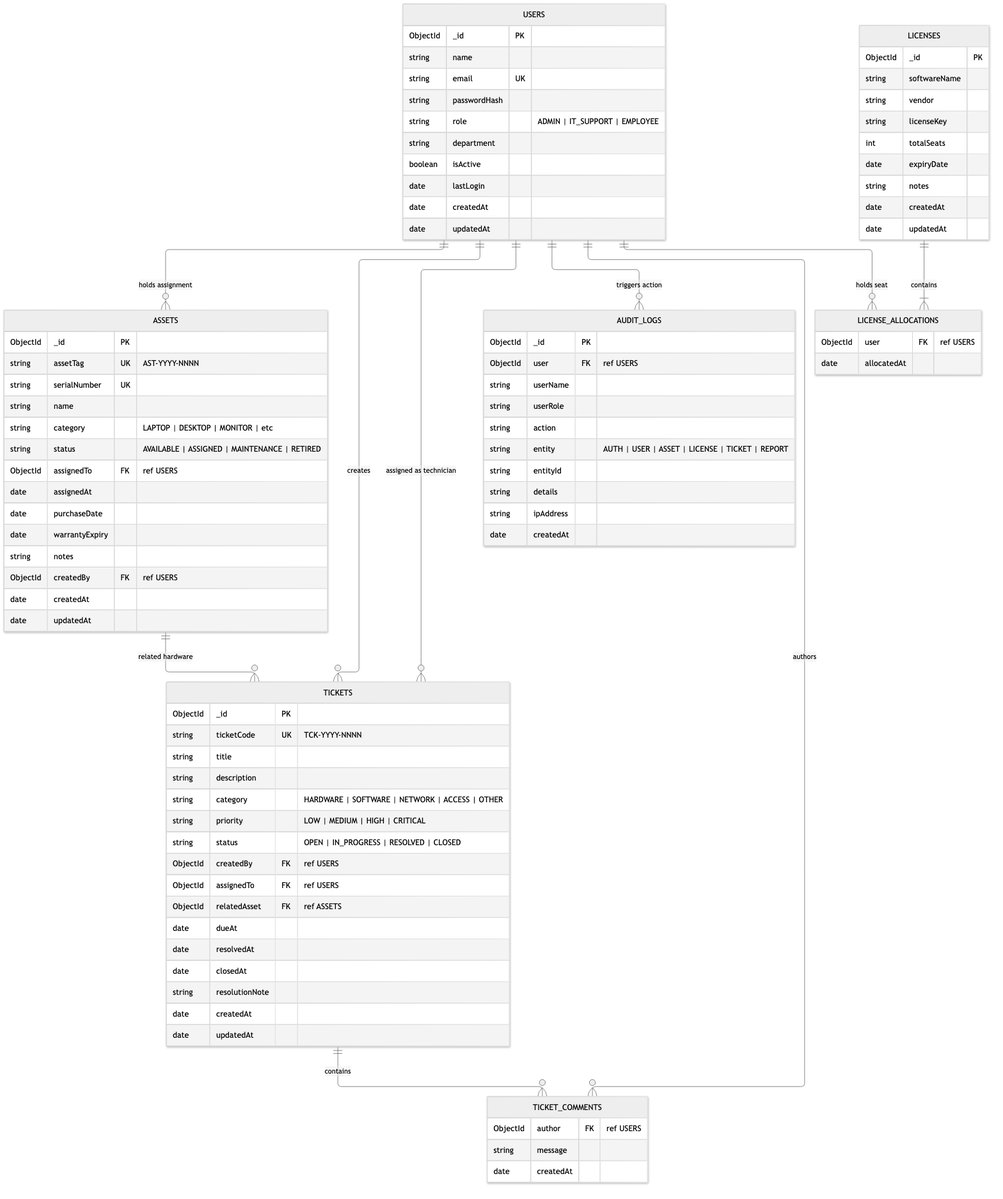
Above: docs/assets/diagrams/d08-er-diagram.png in siddharth756/assetdesk-internship-project (Mermaid), before the change. Its source is kept beside it as docs/assets/diagrams/d08-er-diagram.mmd. Source of this version:
```mermaid
erDiagram
    USERS ||--o{ ASSETS : "holds assignment"
    USERS ||--o{ TICKETS : "creates"
    USERS ||--o{ TICKETS : "assigned as technician"
    USERS ||--o{ AUDIT_LOGS : "triggers action"
    USERS ||--o{ LICENSE_ALLOCATIONS : "holds seat"
    LICENSES ||--|{ LICENSE_ALLOCATIONS : "contains"
    ASSETS ||--o{ TICKETS : "related hardware"
    TICKETS ||--o{ TICKET_COMMENTS : "contains"
    USERS ||--o{ TICKET_COMMENTS : "authors"

    USERS {
        ObjectId _id PK
        string name
        string email UK
        string passwordHash
        string role "ADMIN | IT_SUPPORT | EMPLOYEE"
        string department
        boolean isActive
        date lastLogin
        date createdAt
        date updatedAt
    }

    ASSETS {
        ObjectId _id PK
        string assetTag UK "AST-YYYY-NNNN"
        string serialNumber UK
        string name
        string category "LAPTOP | DESKTOP | MONITOR | etc"
        string status "AVAILABLE | ASSIGNED | MAINTENANCE | RETIRED"
        ObjectId assignedTo FK "ref USERS"
        date assignedAt
        date purchaseDate
        date warrantyExpiry
        string notes
        ObjectId createdBy FK "ref USERS"
        date createdAt
        date updatedAt
    }

    LICENSES {
        ObjectId _id PK
        string softwareName
        string vendor
        string licenseKey
        int totalSeats
        date expiryDate
        string notes
        date createdAt
        date updatedAt
    }

    LICENSE_ALLOCATIONS {
        ObjectId user FK "ref USERS"
        date allocatedAt
    }

    TICKETS {
        ObjectId _id PK
        string ticketCode UK "TCK-YYYY-NNNN"
        string title
        string description
        string category "HARDWARE | SOFTWARE | NETWORK | ACCESS | OTHER"
        string priority "LOW | MEDIUM | HIGH | CRITICAL"
        string status "OPEN | IN_PROGRESS | RESOLVED | CLOSED"
        ObjectId createdBy FK "ref USERS"
        ObjectId assignedTo FK "ref USERS"
        ObjectId relatedAsset FK "ref ASSETS"
        date dueAt
        date resolvedAt
        date closedAt
        string resolutionNote
        date createdAt
        date updatedAt
    }

    TICKET_COMMENTS {
        ObjectId author FK "ref USERS"
        string message
        date createdAt
    }

    AUDIT_LOGS {
        ObjectId _id PK
        ObjectId user FK "ref USERS"
        string userName
        string userRole
        string action
        string entity "AUTH | USER | ASSET | LICENSE | TICKET | REPORT"
        string entityId
        string details
        string ipAddress
        date createdAt
    }
```
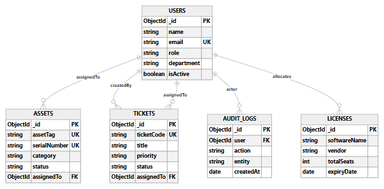
Above is the later version.

Change to the diagram source:
```diff
@@ -1,95 +1,49 @@
 erDiagram
-    USERS ||--o{ ASSETS : "holds assignment"
-    USERS ||--o{ TICKETS : "creates"
-    USERS ||--o{ TICKETS : "assigned as technician"
-    USERS ||--o{ AUDIT_LOGS : "triggers action"
-    USERS ||--o{ LICENSE_ALLOCATIONS : "holds seat"
-    LICENSES ||--|{ LICENSE_ALLOCATIONS : "contains"
-    ASSETS ||--o{ TICKETS : "related hardware"
-    TICKETS ||--o{ TICKET_COMMENTS : "contains"
-    USERS ||--o{ TICKET_COMMENTS : "authors"
+    USERS ||--o{ ASSETS : "assignedTo"
+    USERS ||--o{ TICKETS : "createdBy"
+    USERS ||--o{ TICKETS : "assignedTo"
+    USERS ||--o{ AUDIT_LOGS : "actor"
+    USERS ||--o{ LICENSES : "allocates"
 
     USERS {
         ObjectId _id PK
         string name
         string email UK
-        string passwordHash
-        string role "ADMIN | IT_SUPPORT | EMPLOYEE"
+        string role
         string department
         boolean isActive
-        date lastLogin
-        date createdAt
-        date updatedAt
     }
 
     ASSETS {
         ObjectId _id PK
-        string assetTag UK "AST-YYYY-NNNN"
+        string assetTag UK
         string serialNumber UK
-        string name
-        string category "LAPTOP | DESKTOP | MONITOR | etc"
-        string status "AVAILABLE | ASSIGNED | MAINTENANCE | RETIRED"
-        ObjectId assignedTo FK "ref USERS"
-        date assignedAt
-        date purchaseDate
-        date warrantyExpiry
-        string notes
-        ObjectId createdBy FK "ref USERS"
-        date createdAt
-        date updatedAt
+        string category
+        string status
+        ObjectId assignedTo FK
     }
 
     LICENSES {
         ObjectId _id PK
         string softwareName
         string vendor
-        string licenseKey
         int totalSeats
         date expiryDate
-        string notes
-        date createdAt
-        date updatedAt
-    }
-
-    LICENSE_ALLOCATIONS {
-        ObjectId user FK "ref USERS"
-        date allocatedAt
     }
 
     TICKETS {
         ObjectId _id PK
-        string ticketCode UK "TCK-YYYY-NNNN"
+        string ticketCode UK
         string title
-        string description
-        string category "HARDWARE | SOFTWARE | NETWORK | ACCESS | OTHER"
-        string priority "LOW | MEDIUM | HIGH | CRITICAL"
-        string status "OPEN | IN_PROGRESS | RESOLVED | CLOSED"
-        ObjectId createdBy FK "ref USERS"
-        ObjectId assignedTo FK "ref USERS"
-        ObjectId relatedAsset FK "ref ASSETS"
-        date dueAt
-        date resolvedAt
-        date closedAt
-        string resolutionNote
-        date createdAt
-        date updatedAt
-    }
-
-    TICKET_COMMENTS {
-        ObjectId author FK "ref USERS"
-        string message
-        date createdAt
+        string priority
+        string status
+        ObjectId assignedTo FK
     }
 
     AUDIT_LOGS {
         ObjectId _id PK
-        ObjectId user FK "ref USERS"
-        string userName
-        string userRole
+        ObjectId user FK
         string action
-        string entity "AUTH | USER | ASSET | LICENSE | TICKET | REPORT"
-        string entityId
-        string details
-        string ipAddress
+        string entity
         date createdAt
     }
```
